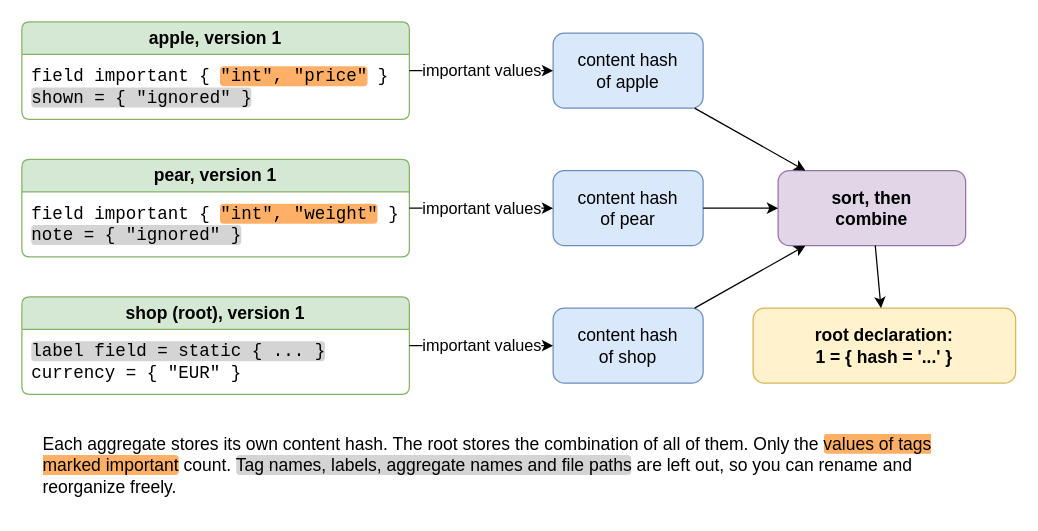
This is drawio/11_hash.drawio from goloveshin/galimatron_doc, a draw.io file, before an edit. Source tidied: cells renumbered, new cells numbered last; positions are measured from the earlier drawing's top-left corner, leaving out a move shared by most shapes. Both pictures are drawn from the tidied source at 125%, with x=0, y=0 at pixel (21, 21).
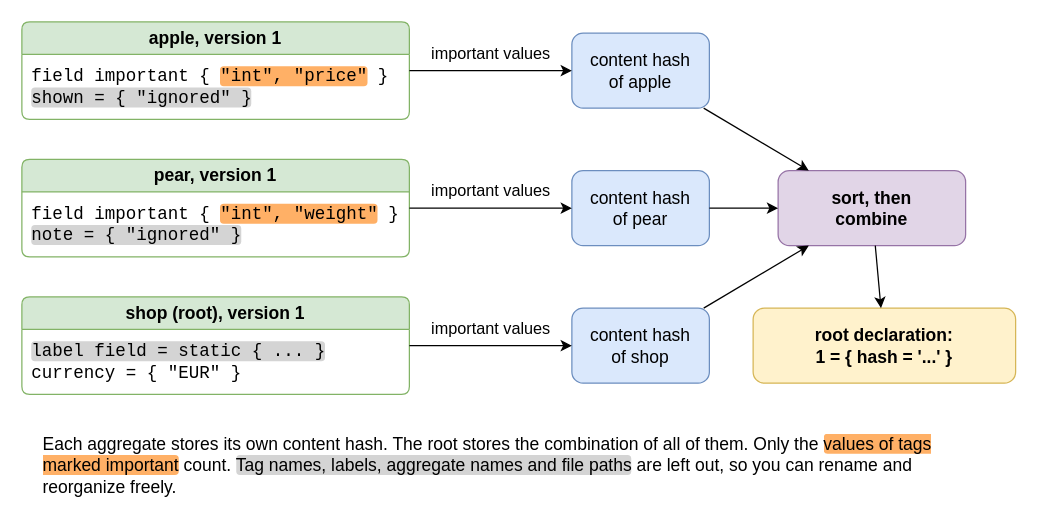
The same diagram, later.

Unchanged cells that the change refers to:
```xml
<mxCell id="2" value="apple, version 1" style="swimlane;whiteSpace=wrap;html=1;rounded=1;arcSize=8;startSize=26;fillColor=#d5e8d4;strokeColor=#82b366;swimlaneFillColor=#ffffff;fontStyle=1;fontSize=14;align=center;" parent="1" vertex="1">
  <mxGeometry width="310" height="78" as="geometry" />
</mxCell>
<mxCell id="4" value="pear, version 1" style="swimlane;whiteSpace=wrap;html=1;rounded=1;arcSize=8;startSize=26;fillColor=#d5e8d4;strokeColor=#82b366;swimlaneFillColor=#ffffff;fontStyle=1;fontSize=14;align=center;" parent="1" vertex="1">
  <mxGeometry y="110" width="310" height="78" as="geometry" />
</mxCell>
<mxCell id="6" value="shop (root), version 1" style="swimlane;whiteSpace=wrap;html=1;rounded=1;arcSize=8;startSize=26;fillColor=#d5e8d4;strokeColor=#82b366;swimlaneFillColor=#ffffff;fontStyle=1;fontSize=14;align=center;" parent="1" vertex="1">
  <mxGeometry y="220" width="310" height="78" as="geometry" />
</mxCell>
```

The edit, as a diff of the source:
```diff
@@
     <mxCell id="8" value="content hash&lt;br&gt;of apple" style="rounded=1;whiteSpace=wrap;html=1;fillColor=#dae8fc;strokeColor=#6c8ebf;fontSize=14;" parent="1" vertex="1">
-      <mxGeometry x="425" y="9" width="120" height="60" as="geometry" />
+      <mxGeometry x="440" y="9" width="110" height="60" as="geometry" />
     </mxCell>
     <mxCell id="9" value="content hash&lt;br&gt;of pear" style="rounded=1;whiteSpace=wrap;html=1;fillColor=#dae8fc;strokeColor=#6c8ebf;fontSize=14;" parent="1" vertex="1">
-      <mxGeometry x="425" y="119" width="120" height="60" as="geometry" />
+      <mxGeometry x="440" y="119" width="110" height="60" as="geometry" />
     </mxCell>
     <mxCell id="10" value="content hash&lt;br&gt;of shop" style="rounded=1;whiteSpace=wrap;html=1;fillColor=#dae8fc;strokeColor=#6c8ebf;fontSize=14;" parent="1" vertex="1">
-      <mxGeometry x="425" y="229" width="120" height="60" as="geometry" />
+      <mxGeometry x="440" y="229" width="110" height="60" as="geometry" />
     </mxCell>
@@
-    <mxCell id="13" value="important values" style="endArrow=classic;html=1;labelBackgroundColor=#ffffff;edgeStyle=none;fontSize=13;" parent="1" edge="1" source="2" target="8">
-      <mxGeometry relative="1" as="geometry" />
+    <mxCell id="13" value="important values" style="endArrow=classic;html=1;edgeStyle=none;fontSize=13;" parent="1" edge="1" source="2" target="8">
+      <mxGeometry relative="1" as="geometry">
+        <mxPoint y="-14" as="offset" />
+      </mxGeometry>
     </mxCell>
-    <mxCell id="14" value="important values" style="endArrow=classic;html=1;labelBackgroundColor=#ffffff;edgeStyle=none;fontSize=13;" parent="1" edge="1" source="4" target="9">
-      <mxGeometry relative="1" as="geometry" />
+    <mxCell id="14" value="important values" style="endArrow=classic;html=1;edgeStyle=none;fontSize=13;" parent="1" edge="1" source="4" target="9">
+      <mxGeometry relative="1" as="geometry">
+        <mxPoint y="-14" as="offset" />
+      </mxGeometry>
     </mxCell>
-    <mxCell id="15" value="important values" style="endArrow=classic;html=1;labelBackgroundColor=#ffffff;edgeStyle=none;fontSize=13;" parent="1" edge="1" source="6" target="10">
-      <mxGeometry relative="1" as="geometry" />
+    <mxCell id="15" value="important values" style="endArrow=classic;html=1;edgeStyle=none;fontSize=13;" parent="1" edge="1" source="6" target="10">
+      <mxGeometry relative="1" as="geometry">
+        <mxPoint y="-14" as="offset" />
+      </mxGeometry>
     </mxCell>
```
